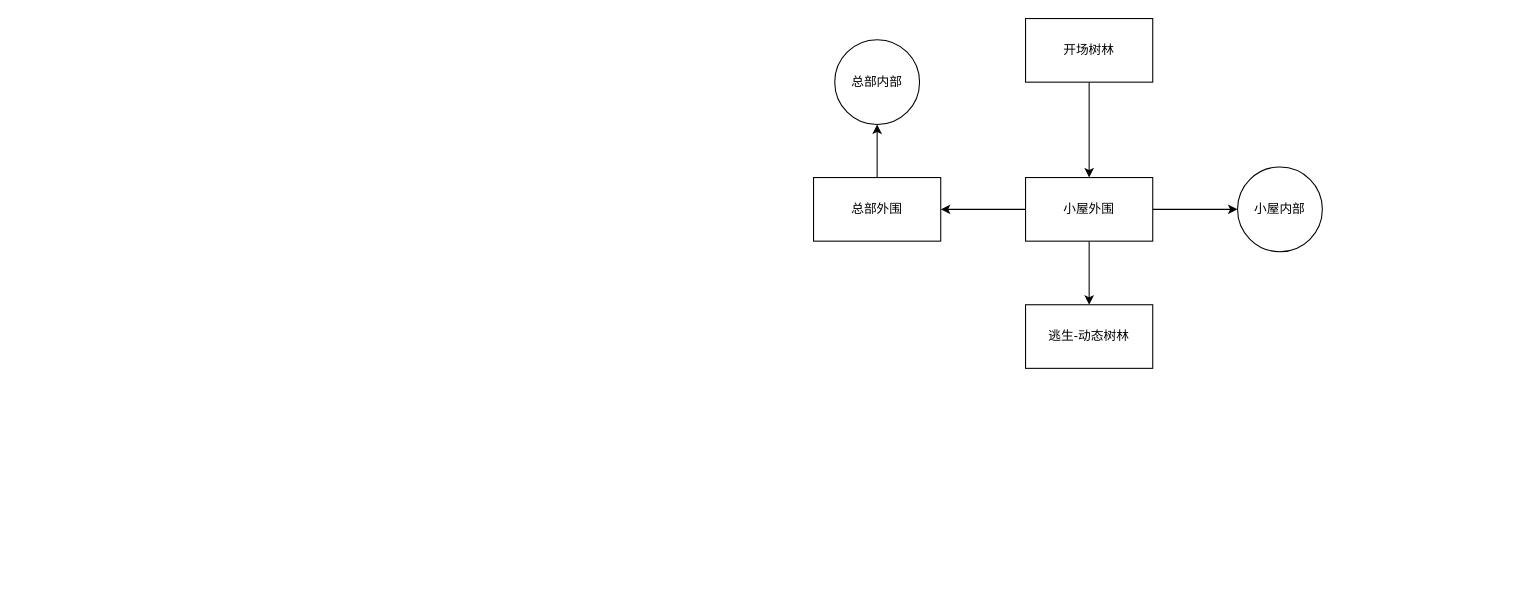
This is DUC2_map.drawio from Bayice/CUHKSZ-CSC4005, a draw.io file, before an edit. Source tidied: cells renumbered, new cells numbered last; positions are measured from the earlier drawing's top-left corner, leaving out a move shared by most shapes. Both pictures are drawn from the tidied source at 106%, with x=0, y=0 at pixel (813, 18).
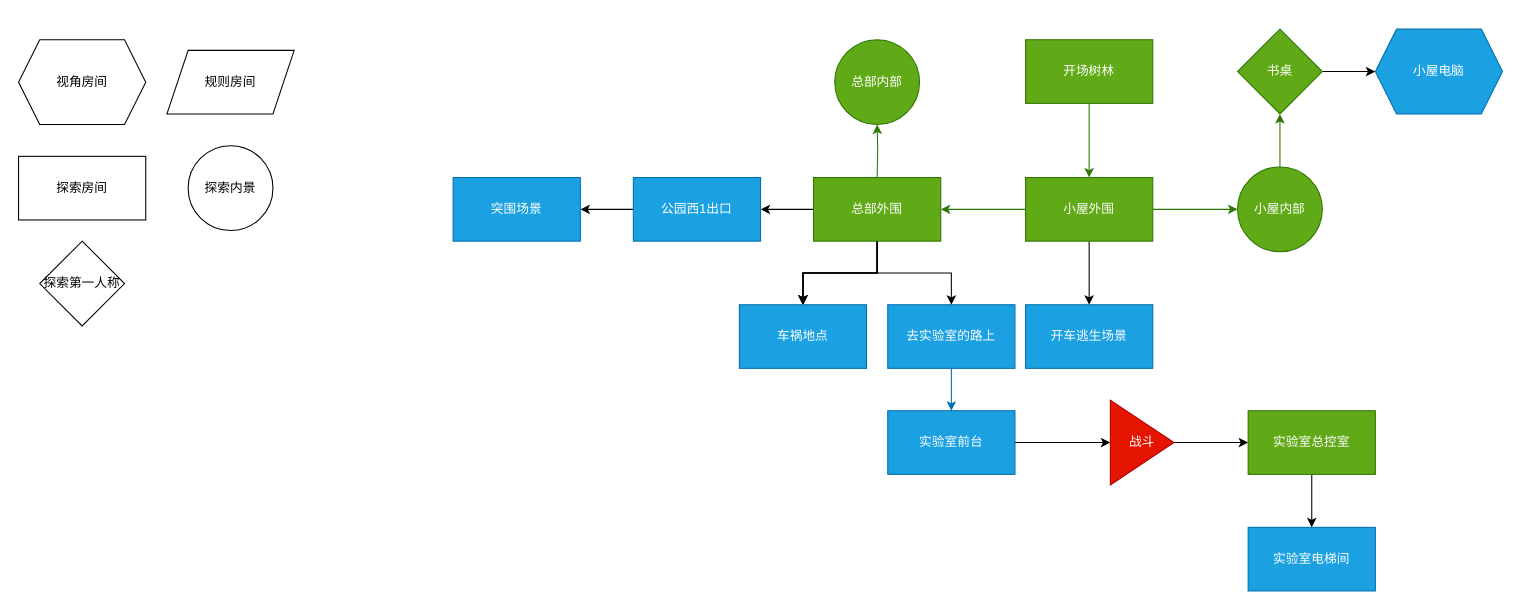
After the change.

Diff of the diagram source:
```diff
@@
-    <mxCell id="2" style="edgeStyle=orthogonalEdgeStyle;rounded=0;jettySize=auto;html=1;" parent="1" edge="1" source="3" target="7">
+    <mxCell id="2" style="edgeStyle=orthogonalEdgeStyle;rounded=0;jettySize=auto;html=1;fillColor=#60a917;strokeColor=#2D7600;" parent="1" edge="1" source="3" target="7">
       <mxGeometry relative="1" as="geometry" />
     </mxCell>
-    <mxCell id="3" value="开场树林" style="rounded=0;whiteSpace=wrap;html=1;" parent="1" vertex="1">
-      <mxGeometry x="200" width="120" height="60" as="geometry" />
+    <mxCell id="3" value="开场树林" style="rounded=0;whiteSpace=wrap;html=1;fillColor=#60a917;fontColor=#ffffff;strokeColor=#2D7600;" parent="1" vertex="1">
+      <mxGeometry x="200" y="20" width="120" height="60" as="geometry" />
     </mxCell>
-    <mxCell id="4" style="edgeStyle=orthogonalEdgeStyle;rounded=0;jettySize=auto;html=1;" parent="1" edge="1" source="7">
+    <mxCell id="4" style="edgeStyle=orthogonalEdgeStyle;rounded=0;jettySize=auto;html=1;fillColor=#60a917;strokeColor=#2D7600;" parent="1" edge="1" source="7">
       <mxGeometry relative="1" as="geometry">
         <mxPoint x="400" y="180" as="targetPoint" />
       </mxGeometry>
     </mxCell>
-    <mxCell id="5" style="edgeStyle=orthogonalEdgeStyle;rounded=0;jettySize=auto;html=1;" parent="1" edge="1" source="7" target="10">
-      <mxGeometry relative="1" as="geometry" />
+    <mxCell id="5" style="edgeStyle=orthogonalEdgeStyle;rounded=0;jettySize=auto;html=1;fillColor=#60a917;strokeColor=#2D7600;" parent="1" edge="1" source="7">
+      <mxGeometry relative="1" as="geometry">
+        <mxPoint x="120" y="180" as="targetPoint" />
+      </mxGeometry>
     </mxCell>
@@
-    <mxCell id="7" value="小屋外围" style="rounded=0;whiteSpace=wrap;html=1;" parent="1" vertex="1">
+    <mxCell id="7" value="小屋外围" style="rounded=0;whiteSpace=wrap;html=1;fillColor=#60a917;fontColor=#ffffff;strokeColor=#2D7600;" parent="1" vertex="1">
       <mxGeometry x="200" y="150" width="120" height="60" as="geometry" />
     </mxCell>
+    <mxCell id="13" style="edgeStyle=orthogonalEdgeStyle;rounded=0;jettySize=auto;html=1;fillColor=#60a917;strokeColor=#2D7600;" parent="1" edge="1" source="8" target="20">
+      <mxGeometry relative="1" as="geometry" />
+    </mxCell>
-    <mxCell id="8" value="小屋内部" style="ellipse;whiteSpace=wrap;html=1;" parent="1" vertex="1">
+    <mxCell id="8" value="小屋内部" style="ellipse;whiteSpace=wrap;html=1;fillColor=#60a917;fontColor=#ffffff;strokeColor=#2D7600;" parent="1" vertex="1">
       <mxGeometry x="400" y="140" width="80" height="80" as="geometry" />
     </mxCell>
-    <mxCell id="9" style="edgeStyle=orthogonalEdgeStyle;rounded=0;jettySize=auto;html=1;" parent="1" edge="1" source="10" target="11">
-      <mxGeometry relative="1" as="geometry" />
+    <mxCell id="9" style="edgeStyle=orthogonalEdgeStyle;rounded=0;jettySize=auto;html=1;fillColor=#60a917;strokeColor=#2D7600;" parent="1" edge="1" target="11">
+      <mxGeometry relative="1" as="geometry">
+        <mxPoint x="60" y="150" as="sourcePoint" />
+      </mxGeometry>
     </mxCell>
+    <mxCell id="14" style="edgeStyle=orthogonalEdgeStyle;rounded=0;jettySize=auto;html=1;" parent="1" edge="1" source="10" target="27">
+      <mxGeometry relative="1" as="geometry" />
+    </mxCell>
+    <mxCell id="15" style="edgeStyle=orthogonalEdgeStyle;rounded=0;jettySize=auto;html=1;" parent="1" edge="1" source="10" target="27">
+      <mxGeometry relative="1" as="geometry" />
+    </mxCell>
+    <mxCell id="16" style="edgeStyle=orthogonalEdgeStyle;rounded=0;jettySize=auto;html=1;" parent="1" edge="1" source="10" target="27">
+      <mxGeometry relative="1" as="geometry" />
+    </mxCell>
+    <mxCell id="17" style="edgeStyle=orthogonalEdgeStyle;rounded=0;jettySize=auto;html=1;" parent="1" edge="1" source="10" target="27">
+      <mxGeometry relative="1" as="geometry" />
+    </mxCell>
+    <mxCell id="18" style="edgeStyle=orthogonalEdgeStyle;rounded=0;jettySize=auto;html=1;" parent="1" edge="1" source="10" target="32">
+      <mxGeometry relative="1" as="geometry" />
+    </mxCell>
-    <mxCell id="10" value="总部外围" style="rounded=0;whiteSpace=wrap;html=1;" parent="1" vertex="1">
+    <mxCell id="10" value="总部外围" style="rounded=0;whiteSpace=wrap;html=1;fillColor=#60a917;fontColor=#ffffff;strokeColor=#2D7600;" parent="1" vertex="1">
       <mxGeometry y="150" width="120" height="60" as="geometry" />
     </mxCell>
-    <mxCell id="11" value="总部内部" style="ellipse;whiteSpace=wrap;html=1;rounded=0;" parent="1" vertex="1">
+    <mxCell id="11" value="总部内部" style="ellipse;whiteSpace=wrap;html=1;rounded=0;fillColor=#60a917;fontColor=#ffffff;strokeColor=#2D7600;" parent="1" vertex="1">
       <mxGeometry x="20" y="20" width="80" height="80" as="geometry" />
     </mxCell>
-    <mxCell id="12" value="逃生-动态树林" style="rounded=0;whiteSpace=wrap;html=1;" parent="1" vertex="1">
+    <mxCell id="12" value="开车逃生场景" style="rounded=0;whiteSpace=wrap;html=1;fillColor=#1ba1e2;fontColor=#ffffff;strokeColor=#006EAF;" parent="1" vertex="1">
       <mxGeometry x="200" y="270" width="120" height="60" as="geometry" />
     </mxCell>
+    <mxCell id="19" style="edgeStyle=orthogonalEdgeStyle;rounded=0;jettySize=auto;html=1;" parent="1" edge="1" source="20" target="21">
+      <mxGeometry relative="1" as="geometry" />
+    </mxCell>
+    <mxCell id="20" value="书桌" style="rhombus;whiteSpace=wrap;html=1;fillColor=#60a917;fontColor=#ffffff;strokeColor=#2D7600;" parent="1" vertex="1">
+      <mxGeometry x="400" y="10" width="80" height="80" as="geometry" />
+    </mxCell>
+    <mxCell id="21" value="小屋电脑" style="shape=hexagon;perimeter=hexagonPerimeter2;whiteSpace=wrap;html=1;fixedSize=1;fillColor=#1ba1e2;fontColor=#ffffff;strokeColor=#006EAF;" parent="1" vertex="1">
+      <mxGeometry x="530" y="10" width="120" height="80" as="geometry" />
+    </mxCell>
+    <mxCell id="22" value="视角房间" style="shape=hexagon;perimeter=hexagonPerimeter2;whiteSpace=wrap;html=1;fixedSize=1;" parent="1" vertex="1">
+      <mxGeometry x="-750" y="20" width="120" height="80" as="geometry" />
+    </mxCell>
+    <mxCell id="23" value="探索房间" style="rounded=0;whiteSpace=wrap;html=1;" parent="1" vertex="1">
+      <mxGeometry x="-750" y="130" width="120" height="60" as="geometry" />
+    </mxCell>
+    <mxCell id="24" value="探索内景" style="ellipse;whiteSpace=wrap;html=1;" parent="1" vertex="1">
+      <mxGeometry x="-590" y="120" width="80" height="80" as="geometry" />
+    </mxCell>
+    <mxCell id="25" value="探索第一人称" style="rhombus;whiteSpace=wrap;html=1;" parent="1" vertex="1">
+      <mxGeometry x="-730" y="210" width="80" height="80" as="geometry" />
+    </mxCell>
+    <mxCell id="26" value="规则房间" style="shape=parallelogram;perimeter=parallelogramPerimeter;whiteSpace=wrap;html=1;fixedSize=1;" parent="1" vertex="1">
+      <mxGeometry x="-610" y="30" width="120" height="60" as="geometry" />
+    </mxCell>
+    <mxCell id="27" value="车祸地点" style="rounded=0;whiteSpace=wrap;html=1;fillColor=#1ba1e2;fontColor=#ffffff;strokeColor=#006EAF;" parent="1" vertex="1">
+      <mxGeometry x="-70" y="270" width="120" height="60" as="geometry" />
+    </mxCell>
+    <mxCell id="28" style="edgeStyle=orthogonalEdgeStyle;rounded=0;jettySize=auto;html=1;fillColor=#1ba1e2;strokeColor=#006EAF;" parent="1" edge="1" source="29" target="34">
+      <mxGeometry relative="1" as="geometry" />
+    </mxCell>
+    <mxCell id="29" value="去实验室的路上" style="rounded=0;whiteSpace=wrap;html=1;fillColor=#1ba1e2;fontColor=#ffffff;strokeColor=#006EAF;" parent="1" vertex="1">
+      <mxGeometry x="70" y="270" width="120" height="60" as="geometry" />
+    </mxCell>
+    <mxCell id="30" style="edgeStyle=orthogonalEdgeStyle;rounded=0;jettySize=auto;html=1;exitX=0.5;exitY=1;exitDx=0;exitDy=0;entryX=0.5;entryY=0;entryDx=0;entryDy=0;" parent="1" edge="1" source="10" target="29">
+      <mxGeometry relative="1" as="geometry" />
+    </mxCell>
+    <mxCell id="31" style="edgeStyle=orthogonalEdgeStyle;rounded=0;jettySize=auto;html=1;" parent="1" edge="1" source="32" target="35">
+      <mxGeometry relative="1" as="geometry" />
+    </mxCell>
+    <mxCell id="32" value="公园西1出口" style="rounded=0;whiteSpace=wrap;html=1;fillColor=#1ba1e2;fontColor=#ffffff;strokeColor=#006EAF;" parent="1" vertex="1">
+      <mxGeometry x="-170" y="150" width="120" height="60" as="geometry" />
+    </mxCell>
+    <mxCell id="33" style="edgeStyle=orthogonalEdgeStyle;rounded=0;jettySize=auto;html=1;" parent="1" edge="1" source="34" target="37">
+      <mxGeometry relative="1" as="geometry" />
+    </mxCell>
+    <mxCell id="34" value="实验室前台" style="rounded=0;whiteSpace=wrap;html=1;fillColor=#1ba1e2;fontColor=#ffffff;strokeColor=#006EAF;" parent="1" vertex="1">
+      <mxGeometry x="70" y="370" width="120" height="60" as="geometry" />
+    </mxCell>
+    <mxCell id="35" value="突围场景" style="rounded=0;whiteSpace=wrap;html=1;fillColor=#1ba1e2;fontColor=#ffffff;strokeColor=#006EAF;" parent="1" vertex="1">
+      <mxGeometry x="-340" y="150" width="120" height="60" as="geometry" />
+    </mxCell>
+    <mxCell id="36" style="edgeStyle=orthogonalEdgeStyle;rounded=0;jettySize=auto;html=1;" parent="1" edge="1" source="37" target="39">
+      <mxGeometry relative="1" as="geometry" />
+    </mxCell>
+    <mxCell id="37" value="战斗" style="triangle;whiteSpace=wrap;html=1;fillColor=#e51400;strokeColor=#B20000;fontColor=#ffffff;rounded=0;" parent="1" vertex="1">
+      <mxGeometry x="280" y="360" width="60" height="80" as="geometry" />
+    </mxCell>
+    <mxCell id="38" style="edgeStyle=orthogonalEdgeStyle;rounded=0;jettySize=auto;html=1;" parent="1" edge="1" source="39" target="40">
+      <mxGeometry relative="1" as="geometry" />
+    </mxCell>
+    <mxCell id="39" value="实验室总控室" style="whiteSpace=wrap;html=1;fillColor=#60a917;strokeColor=#2D7600;fontColor=#ffffff;rounded=0;" parent="1" vertex="1">
+      <mxGeometry x="410" y="370" width="120" height="60" as="geometry" />
+    </mxCell>
+    <mxCell id="40" value="实验室电梯间" style="whiteSpace=wrap;html=1;fillColor=#1ba1e2;strokeColor=#006EAF;fontColor=#ffffff;rounded=0;" parent="1" vertex="1">
+      <mxGeometry x="410" y="480" width="120" height="60" as="geometry" />
+    </mxCell>
```
